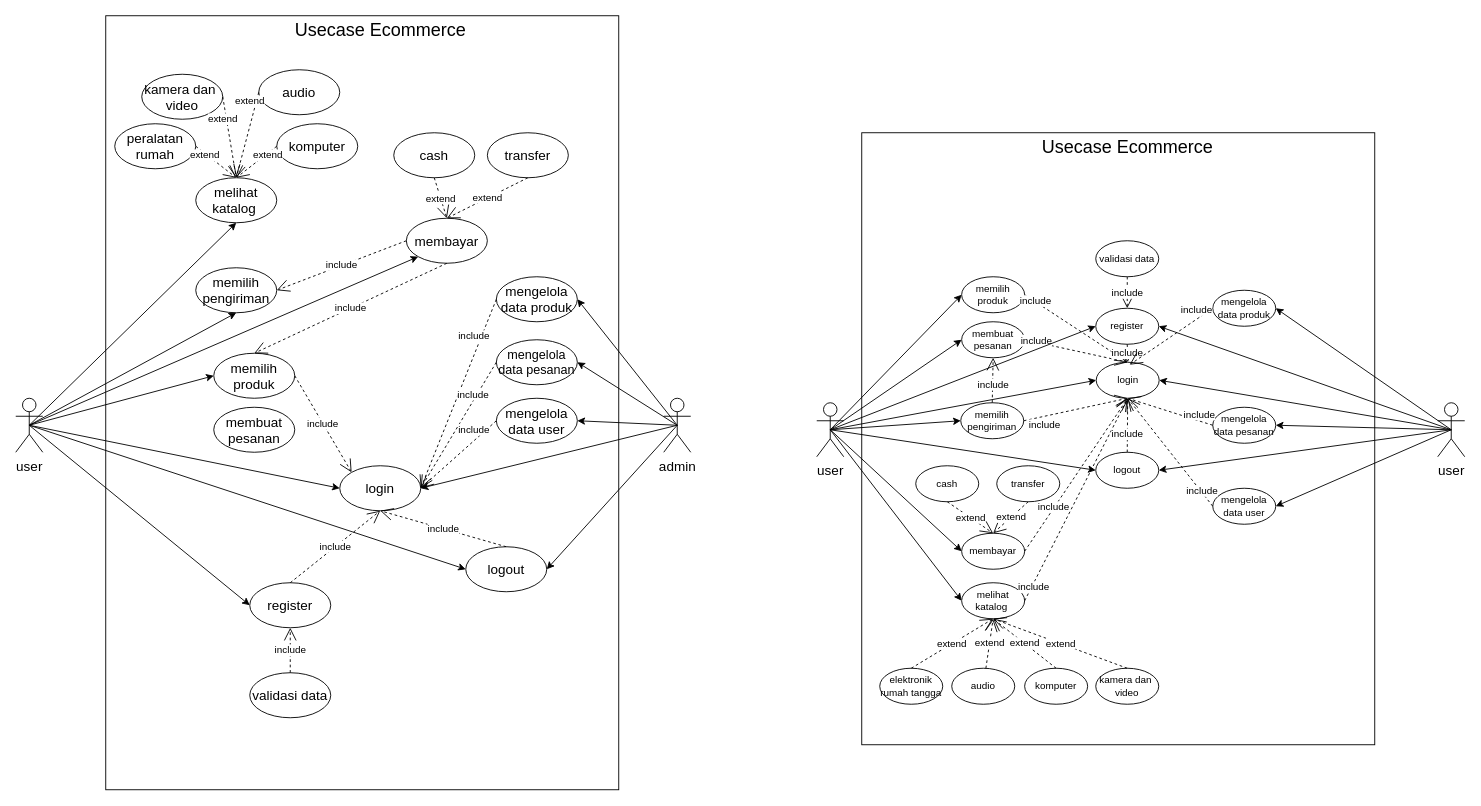
This is Use-Case-Diagram-Ecommerce.drawio from zerocode0806/Flowchart-E-Comerce-Elektronik, a draw.io file, before an edit. Source tidied: cells renumbered, new cells numbered last; positions are measured from the earlier drawing's top-left corner, leaving out a move shared by most shapes. Both pictures are drawn from the tidied source at 90%, with x=0, y=0 at pixel (15, 15).
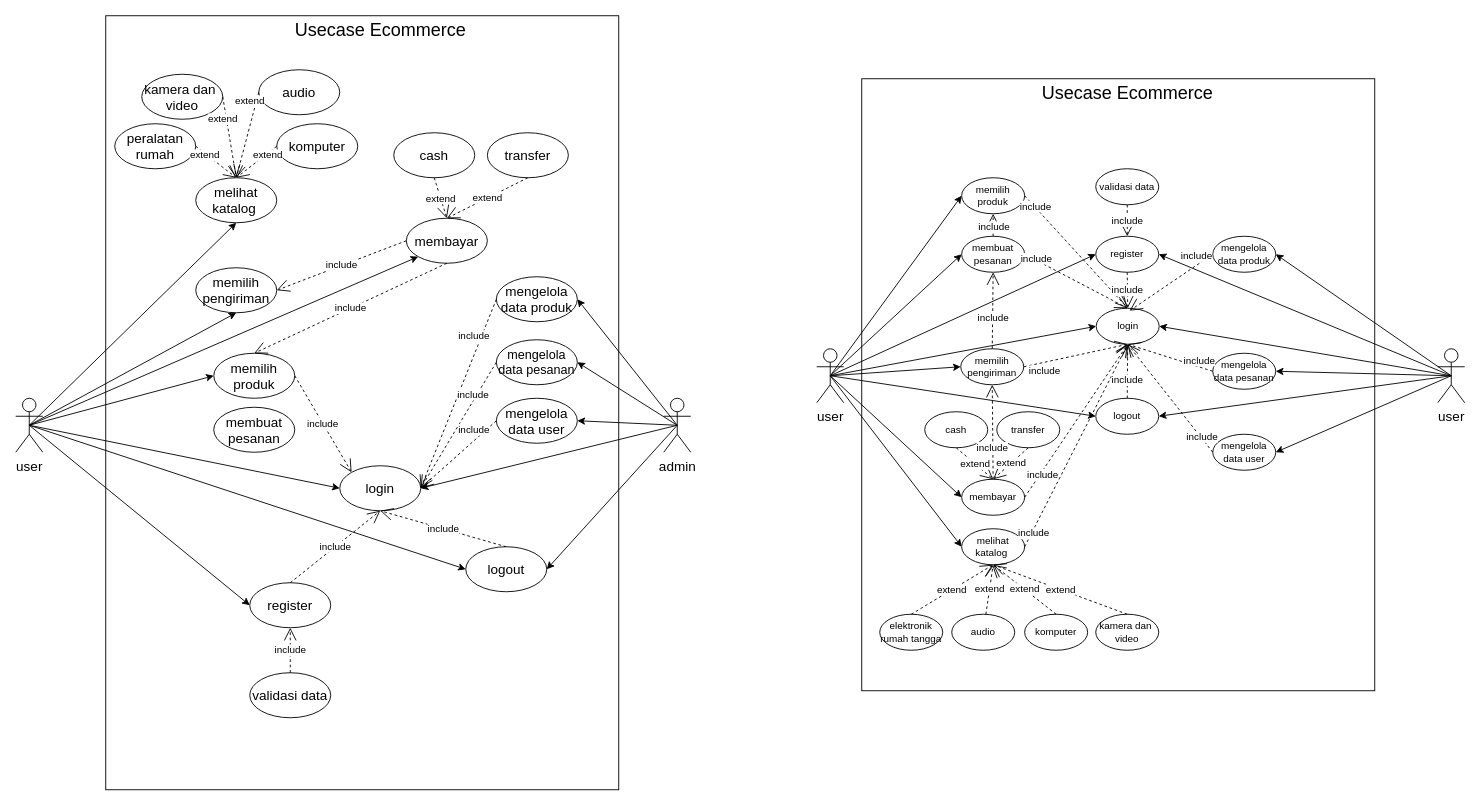
Above is the later version.

The edit, as a diff of the source:
```diff
@@
     <mxCell id="51" style="rounded=0;whiteSpace=wrap;html=1;" parent="1" vertex="1">
-      <mxGeometry x="940" y="130" width="570" height="680" as="geometry" />
+      <mxGeometry x="940" y="70" width="570" height="680" as="geometry" />
     </mxCell>
     <mxCell id="52" value="membuat pesanan" style="ellipse;whiteSpace=wrap;html=1;fontSize=11;" parent="1" vertex="1">
-      <mxGeometry x="1051" y="340" width="70" height="40" as="geometry" />
+      <mxGeometry x="1051" y="245" width="70" height="40" as="geometry" />
     </mxCell>
     <mxCell id="53" value="memilih&lt;div&gt;produk&lt;/div&gt;" style="ellipse;whiteSpace=wrap;html=1;fontSize=11;" parent="1" vertex="1">
-      <mxGeometry x="1051" y="290" width="70" height="40" as="geometry" />
+      <mxGeometry x="1051" y="180" width="70" height="40" as="geometry" />
     </mxCell>
     <mxCell id="54" value="memilih&lt;div&gt;pengiriman&lt;/div&gt;" style="ellipse;whiteSpace=wrap;html=1;fontSize=11;" parent="1" vertex="1">
-      <mxGeometry x="1050" y="430" width="70" height="40" as="geometry" />
+      <mxGeometry x="1050" y="370" width="70" height="40" as="geometry" />
     </mxCell>
     <mxCell id="55" value="melihat katalog&amp;nbsp;" style="ellipse;whiteSpace=wrap;html=1;fontSize=11;" parent="1" vertex="1">
-      <mxGeometry x="1051" y="630" width="70" height="40" as="geometry" />
+      <mxGeometry x="1051" y="570" width="70" height="40" as="geometry" />
     </mxCell>
@@
     <mxCell id="57" value="login" style="ellipse;whiteSpace=wrap;html=1;fontSize=11;" parent="1" vertex="1">
-      <mxGeometry x="1200.5" y="385" width="70" height="40" as="geometry" />
+      <mxGeometry x="1200.5" y="325" width="70" height="40" as="geometry" />
     </mxCell>
     <mxCell id="58" value="membayar" style="ellipse;whiteSpace=wrap;html=1;fontSize=11;" parent="1" vertex="1">
-      <mxGeometry x="1051" y="575" width="70" height="40" as="geometry" />
+      <mxGeometry x="1051" y="515" width="70" height="40" as="geometry" />
     </mxCell>
     <mxCell id="59" value="register" style="ellipse;whiteSpace=wrap;html=1;fontSize=11;" parent="1" vertex="1">
-      <mxGeometry x="1200" y="325" width="70" height="40" as="geometry" />
+      <mxGeometry x="1200" y="245" width="70" height="40" as="geometry" />
     </mxCell>
@@
     <mxCell id="63" value="include" style="endArrow=open;endSize=12;dashed=1;html=1;rounded=0;exitX=1;exitY=0.5;exitDx=0;exitDy=0;entryX=0.5;entryY=1;entryDx=0;entryDy=0;" parent="1" edge="1" source="58" target="57">
-      <mxGeometry x="-0.42" y="1" relative="1" as="geometry" />
+      <mxGeometry x="-0.69" y="-2" relative="1" as="geometry" />
     </mxCell>
     <mxCell id="64" value="cash" style="ellipse;whiteSpace=wrap;html=1;fontSize=11;" parent="1" vertex="1">
-      <mxGeometry x="1000" y="500" width="70" height="40" as="geometry" />
+      <mxGeometry x="1010" y="440" width="70" height="40" as="geometry" />
     </mxCell>
     <mxCell id="65" value="transfer" style="ellipse;whiteSpace=wrap;html=1;fontSize=11;" parent="1" vertex="1">
-      <mxGeometry x="1090" y="500" width="70" height="40" as="geometry" />
+      <mxGeometry x="1090" y="440" width="70" height="40" as="geometry" />
     </mxCell>
@@
     <mxCell id="68" value="user" style="shape=umlActor;verticalLabelPosition=bottom;verticalAlign=top;html=1;fontSize=15;" parent="1" vertex="1">
-      <mxGeometry x="890" y="430" width="30" height="60" as="geometry" />
+      <mxGeometry x="890" y="370" width="30" height="60" as="geometry" />
     </mxCell>
@@
     <mxCell id="74" value="validasi data" style="ellipse;whiteSpace=wrap;html=1;fontSize=11;" parent="1" vertex="1">
-      <mxGeometry x="1200" y="250" width="70" height="40" as="geometry" />
+      <mxGeometry x="1200" y="170" width="70" height="40" as="geometry" />
     </mxCell>
@@
     <mxCell id="78" value="mengelola data produk" style="ellipse;whiteSpace=wrap;html=1;fontSize=11;" parent="1" vertex="1">
-      <mxGeometry x="1330" y="305" width="70" height="40" as="geometry" />
+      <mxGeometry x="1330" y="245" width="70" height="40" as="geometry" />
     </mxCell>
     <mxCell id="79" value="mengelola data pesanan" style="ellipse;whiteSpace=wrap;html=1;fontSize=11;" parent="1" vertex="1">
-      <mxGeometry x="1330" y="435" width="70" height="40" as="geometry" />
+      <mxGeometry x="1330" y="375" width="70" height="40" as="geometry" />
     </mxCell>
     <mxCell id="80" value="mengelola data user" style="ellipse;whiteSpace=wrap;html=1;fontSize=11;" parent="1" vertex="1">
-      <mxGeometry x="1330" y="525" width="70" height="40" as="geometry" />
+      <mxGeometry x="1330" y="465" width="70" height="40" as="geometry" />
     </mxCell>
@@
     <mxCell id="84" value="user" style="shape=umlActor;verticalLabelPosition=bottom;verticalAlign=top;html=1;fontSize=15;" parent="1" vertex="1">
-      <mxGeometry x="1580" y="430" width="30" height="60" as="geometry" />
+      <mxGeometry x="1580" y="370" width="30" height="60" as="geometry" />
     </mxCell>
@@
     <mxCell id="89" value="komputer" style="ellipse;whiteSpace=wrap;html=1;fontSize=11;" parent="1" vertex="1">
-      <mxGeometry x="1121" y="725" width="70" height="40" as="geometry" />
+      <mxGeometry x="1121" y="665" width="70" height="40" as="geometry" />
     </mxCell>
     <mxCell id="90" value="audio" style="ellipse;whiteSpace=wrap;html=1;fontSize=11;" parent="1" vertex="1">
-      <mxGeometry x="1040" y="725" width="70" height="40" as="geometry" />
+      <mxGeometry x="1040" y="665" width="70" height="40" as="geometry" />
     </mxCell>
     <mxCell id="91" value="kamera dan&amp;nbsp;&lt;div&gt;video&lt;/div&gt;" style="ellipse;whiteSpace=wrap;html=1;fontSize=11;" parent="1" vertex="1">
-      <mxGeometry x="1200" y="725" width="70" height="40" as="geometry" />
+      <mxGeometry x="1200" y="665" width="70" height="40" as="geometry" />
     </mxCell>
     <mxCell id="92" value="elektronik rumah tangga" style="ellipse;whiteSpace=wrap;html=1;fontSize=11;" parent="1" vertex="1">
-      <mxGeometry x="960" y="725" width="70" height="40" as="geometry" />
+      <mxGeometry x="960" y="665" width="70" height="40" as="geometry" />
     </mxCell>
@@
     <mxCell id="100" value="logout" style="ellipse;whiteSpace=wrap;html=1;fontSize=11;" parent="1" vertex="1">
-      <mxGeometry x="1200" y="485" width="70" height="40" as="geometry" />
+      <mxGeometry x="1200" y="425" width="70" height="40" as="geometry" />
     </mxCell>
@@
     <mxCell id="104" value="Usecase Ecommerce" style="text;html=1;whiteSpace=wrap;strokeColor=none;fillColor=none;align=center;verticalAlign=middle;rounded=0;fontSize=20;" parent="1" vertex="1">
-      <mxGeometry x="1118" y="130" width="235" height="30" as="geometry" />
+      <mxGeometry x="1118" y="70" width="235" height="30" as="geometry" />
     </mxCell>
@@
+    <mxCell id="106" value="include" style="endArrow=open;endSize=12;dashed=1;html=1;rounded=0;exitX=0.5;exitY=0;exitDx=0;exitDy=0;entryX=0.5;entryY=1;entryDx=0;entryDy=0;" parent="1" edge="1" source="58" target="54">
+      <mxGeometry x="-0.33" y="1" relative="1" as="geometry" />
+    </mxCell>
+    <mxCell id="107" value="include" style="endArrow=open;endSize=12;dashed=1;html=1;rounded=0;exitX=0.5;exitY=0;exitDx=0;exitDy=0;entryX=0.5;entryY=1;entryDx=0;entryDy=0;" parent="1" edge="1" source="52" target="53">
+      <mxGeometry x="-0.2" y="-1" relative="1" as="geometry" />
+    </mxCell>
```
